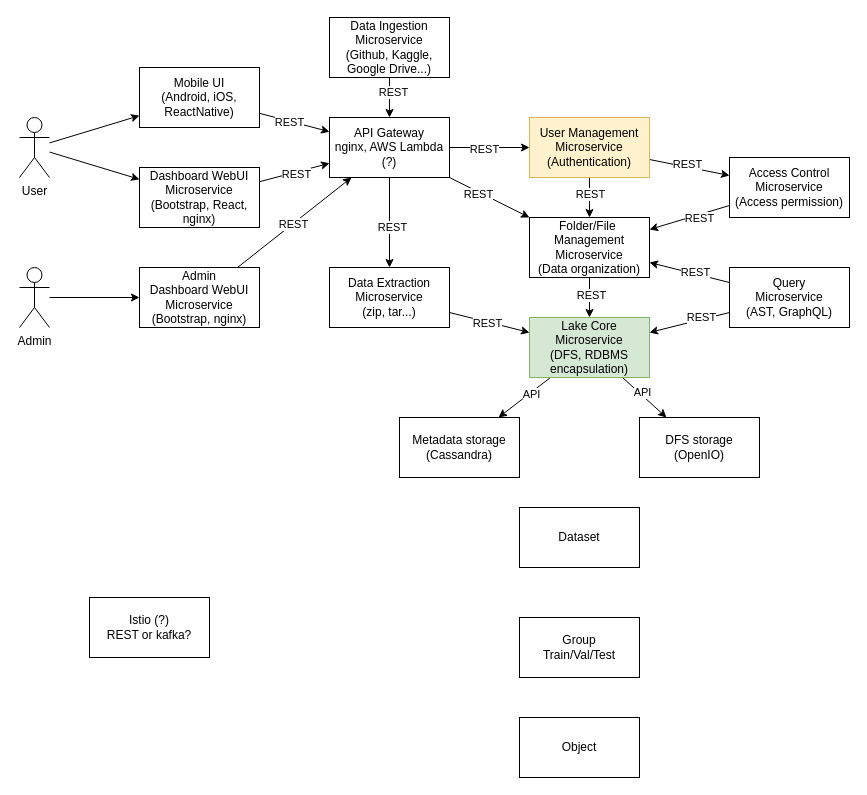
This is docs/arch.drawio from larycoder/ulake-internship, a draw.io file, before an edit. Source tidied: cells renumbered, new cells numbered last; positions are measured from the earlier drawing's top-left corner, leaving out a move shared by most shapes. Both pictures are drawn from the tidied source at 100%, with x=0, y=0 at pixel (19, 17). Pictures stored in the file or linked from it are replaced by grey dashed boxes.
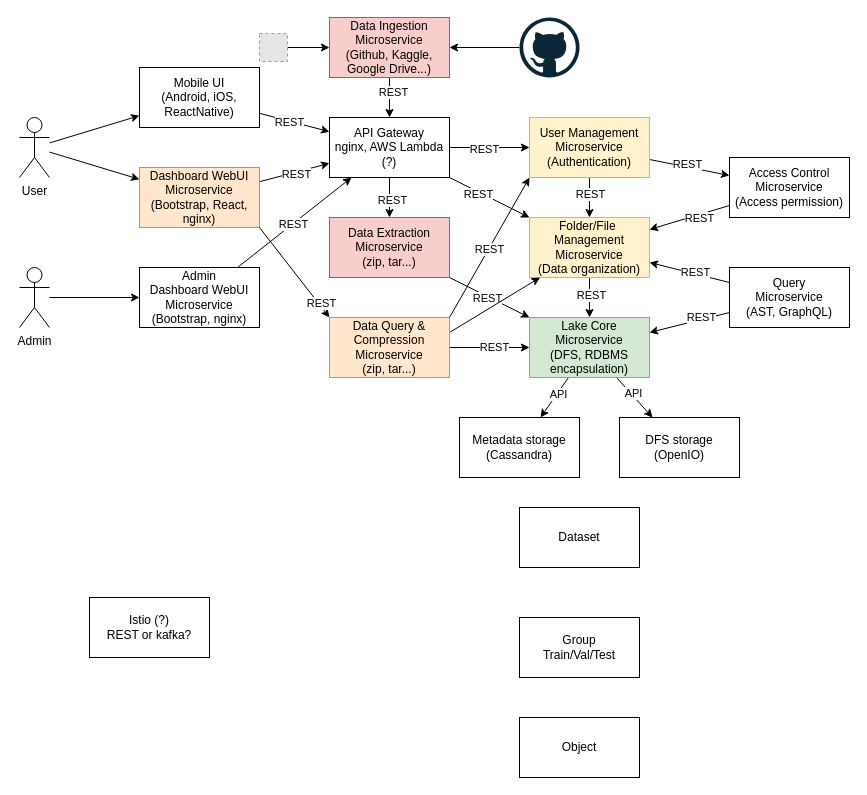
Above is the later version.

The change refers to these unchanged cells:
```xml
<mxCell id="16" value="User Management&lt;br&gt;Microservice&lt;br&gt;(Authentication)" style="rounded=0;whiteSpace=wrap;html=1;fillColor=#fff2cc;strokeColor=#d6b656;" parent="1" vertex="1">
  <mxGeometry x="510" y="100" width="120" height="60" as="geometry" />
</mxCell>
<mxCell id="21" value="Lake Core&lt;br&gt;Microservice&lt;br&gt;(DFS, RDBMS encapsulation)" style="rounded=0;whiteSpace=wrap;html=1;fillColor=#d5e8d4;strokeColor=#82b366;" parent="1" vertex="1">
  <mxGeometry x="510" y="300" width="120" height="60" as="geometry" />
</mxCell>
```

The edit, as a diff of the source:
```diff
@@
+    <mxCell id="56" style="edgeStyle=orthogonalEdgeStyle;rounded=0;jettySize=auto;html=1;startArrow=classic;startFill=1;endArrow=none;endFill=0;" parent="1" edge="1" source="21" target="61">
+      <mxGeometry relative="1" as="geometry" />
+    </mxCell>
+    <mxCell id="57" value="REST" style="edgeLabel;html=1;align=center;verticalAlign=middle;" parent="56" vertex="1">
+      <mxGeometry x="-0.1" y="-1" relative="1" as="geometry" />
+    </mxCell>
@@
-    <mxCell id="24" value="Dashboard&amp;nbsp;WebUI&lt;br&gt;Microservice&lt;br&gt;(Bootstrap, React, nginx)" style="rounded=0;whiteSpace=wrap;html=1;" parent="1" vertex="1">
+    <mxCell id="24" value="Dashboard&amp;nbsp;WebUI&lt;br&gt;Microservice&lt;br&gt;(Bootstrap, React, nginx)" style="rounded=0;whiteSpace=wrap;html=1;fillColor=#ffe6cc;strokeColor=#d79b00;" parent="1" vertex="1">
       <mxGeometry x="120" y="150" width="120" height="60" as="geometry" />
     </mxCell>
@@
-    <mxCell id="38" value="Folder/File&amp;nbsp; Management&lt;br&gt;Microservice&lt;br&gt;(Data organization)" style="rounded=0;whiteSpace=wrap;html=1;" parent="1" vertex="1">
+    <mxCell id="38" value="Folder/File&amp;nbsp; Management&lt;br&gt;Microservice&lt;br&gt;(Data organization)" style="rounded=0;whiteSpace=wrap;html=1;fillColor=#fff2cc;strokeColor=#d6b656;" parent="1" vertex="1">
       <mxGeometry x="510" y="200" width="120" height="60" as="geometry" />
     </mxCell>
@@
-    <mxCell id="41" value="Data Ingestion&lt;br&gt;Microservice&lt;br&gt;(Github, Kaggle, Google Drive...)" style="rounded=0;whiteSpace=wrap;html=1;" parent="1" vertex="1">
+    <mxCell id="41" value="Data Ingestion&lt;br&gt;Microservice&lt;br&gt;(Github, Kaggle, Google Drive...)" style="rounded=0;whiteSpace=wrap;html=1;fillColor=#f8cecc;strokeColor=#b85450;" parent="1" vertex="1">
       <mxGeometry x="310" width="120" height="60" as="geometry" />
     </mxCell>
@@
-    <mxCell id="49" value="Data Extraction Microservice&lt;br&gt;(zip, tar...)" style="rounded=0;whiteSpace=wrap;html=1;" parent="1" vertex="1">
-      <mxGeometry x="310" y="250" width="120" height="60" as="geometry" />
+    <mxCell id="49" value="Data Extraction Microservice&lt;br&gt;(zip, tar...)" style="rounded=0;whiteSpace=wrap;html=1;fillColor=#f8cecc;strokeColor=#b85450;" parent="1" vertex="1">
+      <mxGeometry x="310" y="200" width="120" height="60" as="geometry" />
     </mxCell>
     <mxCell id="50" value="Metadata storage&lt;br&gt;(Cassandra)" style="rounded=0;whiteSpace=wrap;html=1;" parent="1" vertex="1">
-      <mxGeometry x="380" y="400" width="120" height="60" as="geometry" />
+      <mxGeometry x="440" y="400" width="120" height="60" as="geometry" />
     </mxCell>
     <mxCell id="51" value="DFS storage&lt;br&gt;(OpenIO)" style="rounded=0;whiteSpace=wrap;html=1;" parent="1" vertex="1">
-      <mxGeometry x="620" y="400" width="120" height="60" as="geometry" />
+      <mxGeometry x="600" y="400" width="120" height="60" as="geometry" />
     </mxCell>
@@
+    <mxCell id="58" style="rounded=0;jettySize=auto;html=1;exitX=1;exitY=0.25;exitDx=0;exitDy=0;" parent="1" edge="1" source="61" target="38">
+      <mxGeometry relative="1" as="geometry" />
+    </mxCell>
+    <mxCell id="59" style="edgeStyle=none;rounded=0;jettySize=auto;html=1;exitX=0;exitY=0;exitDx=0;exitDy=0;entryX=1;entryY=1;entryDx=0;entryDy=0;startArrow=classic;startFill=1;endArrow=none;endFill=0;" parent="1" edge="1" source="61" target="24">
+      <mxGeometry relative="1" as="geometry" />
+    </mxCell>
+    <mxCell id="60" value="REST" style="edgeLabel;html=1;align=center;verticalAlign=middle;" parent="59" vertex="1">
+      <mxGeometry x="-0.71" y="-1" relative="1" as="geometry">
+        <mxPoint x="1" as="offset" />
+      </mxGeometry>
+    </mxCell>
+    <mxCell id="61" value="Data Query &amp;amp; Compression&lt;br&gt;Microservice&lt;br&gt;(zip, tar...)" style="rounded=0;whiteSpace=wrap;html=1;fillColor=#ffe6cc;strokeColor=#d79b00;" parent="1" vertex="1">
+      <mxGeometry x="310" y="300" width="120" height="60" as="geometry" />
+    </mxCell>
+    <mxCell id="62" style="edgeStyle=orthogonalEdgeStyle;rounded=0;jettySize=auto;html=1;" parent="1" edge="1" source="63" target="41">
+      <mxGeometry relative="1" as="geometry" />
+    </mxCell>
+    <mxCell id="63" style="fillColor=#E6E6E6;strokeColor=#999999;dashed=1;html=1;verticalAlign=top;verticalLabelPosition=bottom;labelBackgroundColor=#ffffff;" parent="1" vertex="1">
+      <mxGeometry x="240" y="16" width="28" height="28" as="geometry" />
+    </mxCell>
+    <mxCell id="64" style="edgeStyle=orthogonalEdgeStyle;rounded=0;jettySize=auto;html=1;" parent="1" edge="1" source="65" target="41">
+      <mxGeometry relative="1" as="geometry" />
+    </mxCell>
+    <mxCell id="65" style="dashed=0;outlineConnect=0;html=1;align=center;labelPosition=center;verticalLabelPosition=bottom;verticalAlign=top;shape=mxgraph.weblogos.github;" parent="1" vertex="1">
+      <mxGeometry x="500" width="60" height="60" as="geometry" />
+    </mxCell>
+    <mxCell id="66" style="edgeStyle=none;rounded=0;jettySize=auto;html=1;exitX=1;exitY=0;exitDx=0;exitDy=0;entryX=0;entryY=1;entryDx=0;entryDy=0;" parent="1" edge="1" source="61" target="16">
+      <mxGeometry relative="1" as="geometry" />
+    </mxCell>
+    <mxCell id="67" value="REST" style="edgeLabel;html=1;align=center;verticalAlign=middle;" parent="66" vertex="1">
+      <mxGeometry x="-0.02" relative="1" as="geometry" />
+    </mxCell>
```
